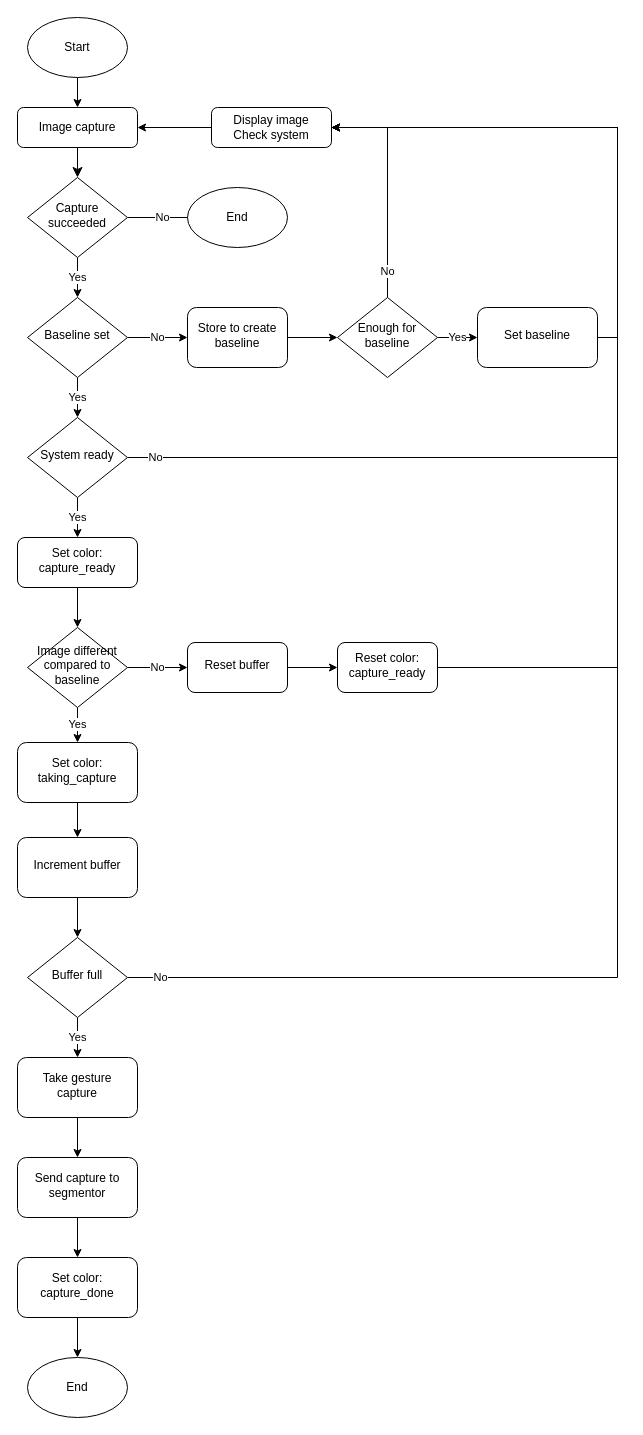
The draw.io diagram flow_diagram.drawio in GreatSharky/CoHSCI, before the edit. Source tidied: cells renumbered, new cells numbered last; positions are measured from the earlier drawing's top-left corner, leaving out a move shared by most shapes. Both pictures are drawn from the tidied source at 100%, with x=0, y=0 at pixel (17, 17).
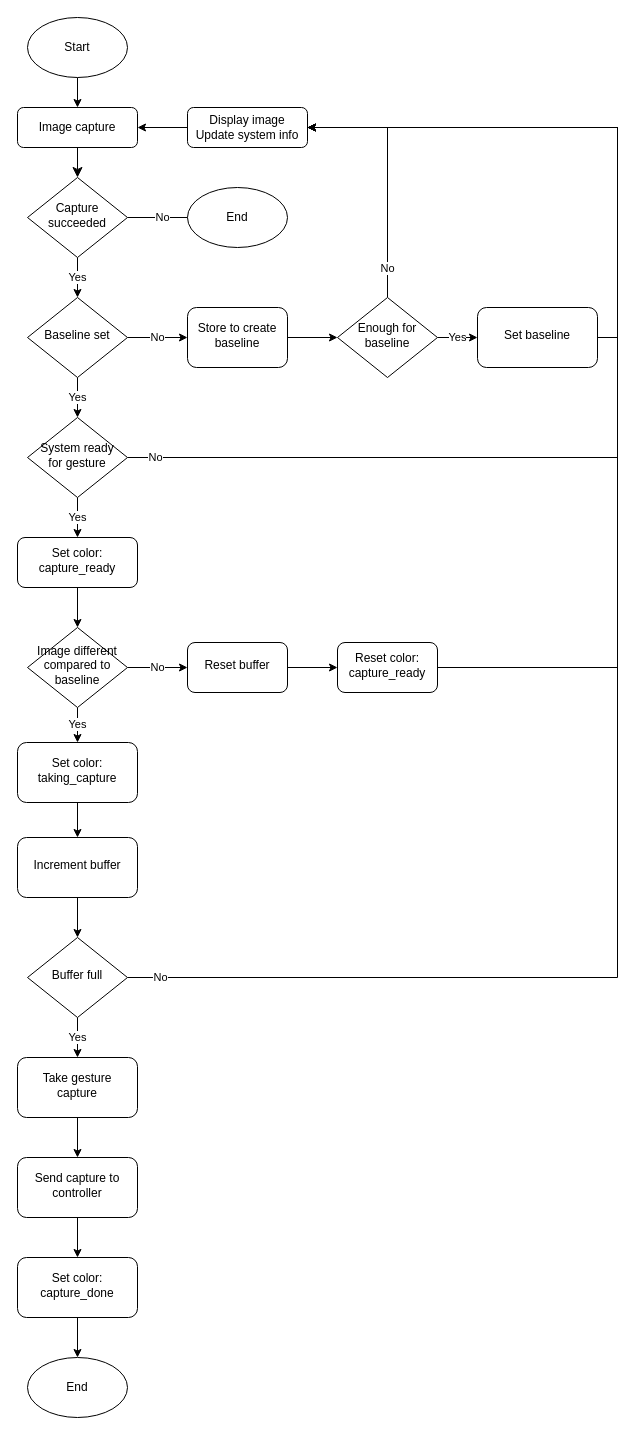
After the change.

Change to the diagram source:
```diff
@@
-    <mxCell id="36" value="Send capture to segmentor" style="rounded=1;whiteSpace=wrap;html=1;shadow=0;strokeWidth=1;spacing=6;spacingTop=-4;" parent="1" vertex="1">
+    <mxCell id="36" value="Send capture to controller" style="rounded=1;whiteSpace=wrap;html=1;shadow=0;strokeWidth=1;spacing=6;spacingTop=-4;" parent="1" vertex="1">
       <mxGeometry y="1140" width="120" height="60" as="geometry" />
     </mxCell>
@@
-    <mxCell id="40" value="Display image&lt;div&gt;Check system&lt;/div&gt;" style="rounded=1;whiteSpace=wrap;html=1;fontSize=12;glass=0;strokeWidth=1;shadow=0;" parent="1" vertex="1">
-      <mxGeometry x="194" y="90" width="120" height="40" as="geometry" />
+    <mxCell id="40" value="Display image&lt;div&gt;Update system info&lt;/div&gt;" style="rounded=1;whiteSpace=wrap;html=1;fontSize=12;glass=0;strokeWidth=1;shadow=0;" parent="1" vertex="1">
+      <mxGeometry x="170" y="90" width="120" height="40" as="geometry" />
     </mxCell>
@@
-    <mxCell id="43" value="System ready" style="rhombus;whiteSpace=wrap;html=1;shadow=0;fontFamily=Helvetica;fontSize=12;align=center;strokeWidth=1;spacing=6;spacingTop=-4;" parent="1" vertex="1">
+    <mxCell id="43" value="System ready for gesture" style="rhombus;whiteSpace=wrap;html=1;shadow=0;fontFamily=Helvetica;fontSize=12;align=center;strokeWidth=1;spacing=6;spacingTop=-4;" parent="1" vertex="1">
       <mxGeometry x="10" y="400" width="100" height="80" as="geometry" />
     </mxCell>
```
